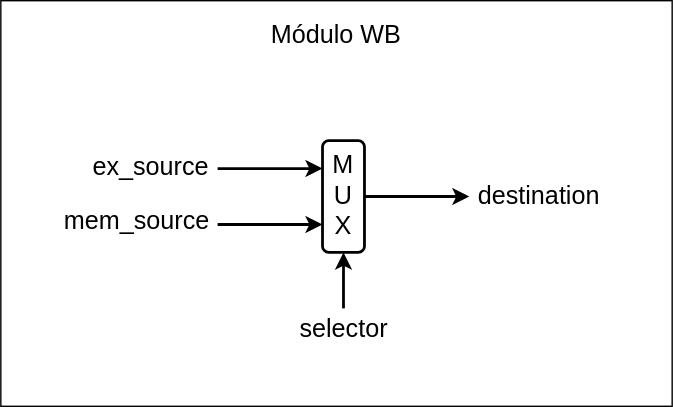
Above: docs/public/images/referencia/componentes/stage_wb_rtl.drawio.svg in insper-riscv/core (draw.io), before the change. Source tidied: cells renumbered, new cells last; positions are measured from the earlier drawing's top-left corner, leaving out a move shared by most shapes.
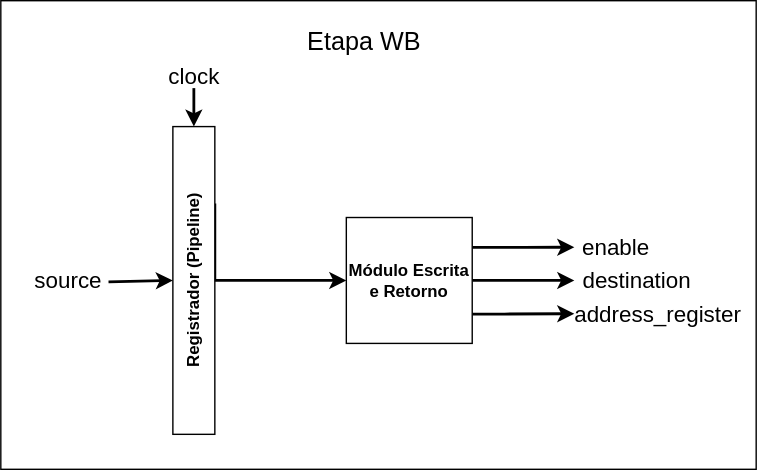
Above is the later version.

The edit, as a diff of the source:
```diff
@@ -2,44 +2,67 @@
   <root>
     <mxCell id="0" />
     <mxCell id="1" parent="0" />
-    <mxCell id="2" style="rounded=0;whiteSpace=wrap;html=1;" parent="1" vertex="1">
-      <mxGeometry width="480" height="290" as="geometry" />
-    </mxCell>
-    <mxCell id="3" value="&lt;font style=&quot;font-size: 18px;&quot;&gt;Módulo WB&lt;/font&gt;" style="text;html=1;strokeColor=none;fillColor=none;align=center;verticalAlign=middle;whiteSpace=wrap;rounded=0;" parent="1" vertex="1">
-      <mxGeometry x="180" y="10" width="120" height="30" as="geometry" />
-    </mxCell>
-    <mxCell id="4" value="&lt;font style=&quot;font-size: 18px;&quot;&gt;M&lt;br&gt;U&lt;br&gt;X&lt;/font&gt;" style="rounded=1;whiteSpace=wrap;html=1;strokeWidth=2;" parent="1" vertex="1">
-      <mxGeometry x="230" y="100" width="30" height="80" as="geometry" />
-    </mxCell>
-    <mxCell id="5" style="endArrow=classic;html=1;rounded=0;entryX=0;entryY=0.25;entryDx=0;entryDy=0;strokeWidth=2;" parent="1" edge="1" target="4">
-      <mxGeometry relative="1" as="geometry">
-        <mxPoint x="155" y="120" as="sourcePoint" />
-      </mxGeometry>
-    </mxCell>
-    <mxCell id="6" style="endArrow=classic;html=1;rounded=0;entryX=0;entryY=0.75;entryDx=0;entryDy=0;strokeWidth=2;" parent="1" edge="1" target="4">
-      <mxGeometry relative="1" as="geometry">
-        <mxPoint x="155" y="160" as="sourcePoint" />
-      </mxGeometry>
-    </mxCell>
-    <mxCell id="7" value="&lt;font style=&quot;font-size: 18px;&quot;&gt;ex_source&lt;/font&gt;" style="text;html=1;strokeColor=none;fillColor=none;align=center;verticalAlign=middle;whiteSpace=wrap;rounded=0;" parent="1" vertex="1">
-      <mxGeometry x="65" y="104" width="85" height="30" as="geometry" />
-    </mxCell>
-    <mxCell id="8" value="&lt;font style=&quot;font-size: 18px;&quot;&gt;mem_source&lt;/font&gt;" style="text;html=1;strokeColor=none;fillColor=none;align=center;verticalAlign=middle;whiteSpace=wrap;rounded=0;" parent="1" vertex="1">
-      <mxGeometry x="45" y="143" width="105" height="30" as="geometry" />
-    </mxCell>
-    <mxCell id="9" style="endArrow=classic;html=1;rounded=0;exitX=1;exitY=0.5;exitDx=0;exitDy=0;strokeWidth=2;" parent="1" edge="1" source="4">
-      <mxGeometry relative="1" as="geometry">
-        <mxPoint x="335" y="140" as="targetPoint" />
-      </mxGeometry>
-    </mxCell>
+    <mxCell id="13" style="rounded=0;whiteSpace=wrap;html=1;" parent="1" vertex="1">
+      <mxGeometry x="-75" y="-66.2" width="540" height="335" as="geometry" />
+    </mxCell>
+    <mxCell id="14" style="edgeStyle=orthogonalEdgeStyle;rounded=0;jettySize=auto;html=1;entryX=0;entryY=0.5;entryDx=0;entryDy=0;strokeWidth=2;" parent="1" edge="1" source="17" target="10">
+      <mxGeometry relative="1" as="geometry" />
+    </mxCell>
+    <mxCell id="15" style="edgeStyle=orthogonalEdgeStyle;rounded=0;jettySize=auto;html=1;entryX=0;entryY=0.5;entryDx=0;entryDy=0;strokeWidth=2;" parent="1" edge="1" source="17" target="25">
+      <mxGeometry relative="1" as="geometry">
+        <Array as="points">
+          <mxPoint x="285" y="157.8" />
+          <mxPoint x="285" y="157.8" />
+        </Array>
+      </mxGeometry>
+    </mxCell>
+    <mxCell id="16" style="edgeStyle=orthogonalEdgeStyle;rounded=0;jettySize=auto;html=1;entryX=0;entryY=0.5;entryDx=0;entryDy=0;strokeWidth=2;" parent="1" edge="1" source="17" target="26">
+      <mxGeometry relative="1" as="geometry">
+        <Array as="points">
+          <mxPoint x="299" y="109.8" />
+        </Array>
+      </mxGeometry>
+    </mxCell>
+    <mxCell id="17" value="&lt;div&gt;&lt;b&gt;Módulo Escrita e Retorno&lt;/b&gt;&lt;b&gt;&lt;br&gt;&lt;/b&gt;&lt;/div&gt;" style="whiteSpace=wrap;html=1;" parent="1" vertex="1">
+      <mxGeometry x="172" y="88.8" width="90" height="90" as="geometry" />
+    </mxCell>
+    <mxCell id="18" style="edgeStyle=orthogonalEdgeStyle;rounded=0;jettySize=auto;html=1;entryX=0;entryY=0.5;entryDx=0;entryDy=0;exitX=1;exitY=0.25;exitDx=0;exitDy=0;strokeWidth=2;" parent="1" edge="1" source="19" target="17">
+      <mxGeometry relative="1" as="geometry">
+        <Array as="points">
+          <mxPoint x="78" y="133.8" />
+        </Array>
+      </mxGeometry>
+    </mxCell>
+    <mxCell id="19" value="&lt;b&gt;&lt;font face=&quot;Helvetica&quot;&gt;Registrador (Pipeline)&lt;/font&gt;&lt;/b&gt;" style="rounded=0;whiteSpace=wrap;html=1;direction=south;rotation=-90;" parent="1" vertex="1">
+      <mxGeometry x="-47" y="118.8" width="220" height="30" as="geometry" />
+    </mxCell>
+    <mxCell id="20" style="endArrow=classic;html=1;rounded=0;entryX=0;entryY=0.5;entryDx=0;entryDy=0;strokeWidth=2;" parent="1" edge="1" target="19">
+      <mxGeometry relative="1" as="geometry">
+        <mxPoint x="2" y="134.8" as="sourcePoint" />
+      </mxGeometry>
+    </mxCell>
+    <mxCell id="21" value="&lt;font style=&quot;font-size: 16px;&quot;&gt;source&lt;/font&gt;" style="text;html=1;align=center;verticalAlign=middle;whiteSpace=wrap;rounded=0;" parent="1" vertex="1">
+      <mxGeometry x="-55" y="125" width="57" height="17.5" as="geometry" />
+    </mxCell>
-    <mxCell id="10" value="&lt;font style=&quot;font-size: 18px;&quot;&gt;destination&lt;/font&gt;" style="text;html=1;strokeColor=none;fillColor=none;align=center;verticalAlign=middle;whiteSpace=wrap;rounded=0;" parent="1" vertex="1">
-      <mxGeometry x="335" y="125" width="100" height="30" as="geometry" />
+    <mxCell id="10" value="&lt;font style=&quot;font-size: 16px;&quot;&gt;destination&lt;/font&gt;" style="text;html=1;align=center;verticalAlign=middle;whiteSpace=wrap;rounded=0;" parent="1" vertex="1">
+      <mxGeometry x="335" y="125" width="90" height="17.5" as="geometry" />
     </mxCell>
-    <mxCell id="11" style="edgeStyle=orthogonalEdgeStyle;rounded=0;jettySize=auto;html=1;strokeWidth=2;" parent="1" edge="1" source="12" target="4">
-      <mxGeometry relative="1" as="geometry" />
-    </mxCell>
-    <mxCell id="12" value="&lt;font style=&quot;font-size: 18px;&quot;&gt;selector&lt;/font&gt;" style="text;html=1;strokeColor=none;fillColor=none;align=center;verticalAlign=middle;whiteSpace=wrap;rounded=0;" parent="1" vertex="1">
-      <mxGeometry x="192.5" y="220" width="105" height="30" as="geometry" />
-    </mxCell>
+    <mxCell id="22" value="&lt;font style=&quot;font-size: 18px;&quot;&gt;Etapa WB&lt;/font&gt;" style="text;html=1;align=center;verticalAlign=middle;whiteSpace=wrap;rounded=0;" parent="1" vertex="1">
+      <mxGeometry x="85" y="-51.2" width="200" height="30" as="geometry" />
+    </mxCell>
+    <mxCell id="23" style="edgeStyle=orthogonalEdgeStyle;rounded=0;jettySize=auto;html=1;entryX=0.5;entryY=0;entryDx=0;entryDy=0;exitX=0.5;exitY=1;exitDx=0;exitDy=0;strokeWidth=2;" parent="1" edge="1" source="24">
+      <mxGeometry relative="1" as="geometry">
+        <mxPoint x="63" y="23.8" as="targetPoint" />
+      </mxGeometry>
+    </mxCell>
+    <mxCell id="24" value="&lt;font style=&quot;font-size: 16px;&quot;&gt;clock&lt;/font&gt;" style="text;html=1;align=center;verticalAlign=middle;whiteSpace=wrap;rounded=0;" parent="1" vertex="1">
+      <mxGeometry x="34.5" y="-21.2" width="57" height="17.5" as="geometry" />
+    </mxCell>
+    <mxCell id="25" value="&lt;font style=&quot;font-size: 16px;&quot;&gt;address_register&lt;/font&gt;" style="text;html=1;align=center;verticalAlign=middle;whiteSpace=wrap;rounded=0;" parent="1" vertex="1">
+      <mxGeometry x="335" y="148.8" width="120" height="17.5" as="geometry" />
+    </mxCell>
+    <mxCell id="26" value="&lt;font style=&quot;font-size: 16px;&quot;&gt;enable&lt;/font&gt;" style="text;html=1;align=center;verticalAlign=middle;whiteSpace=wrap;rounded=0;" parent="1" vertex="1">
+      <mxGeometry x="335" y="101.3" width="60" height="17.5" as="geometry" />
+    </mxCell>
   </root>
 </mxGraphModel>
```
